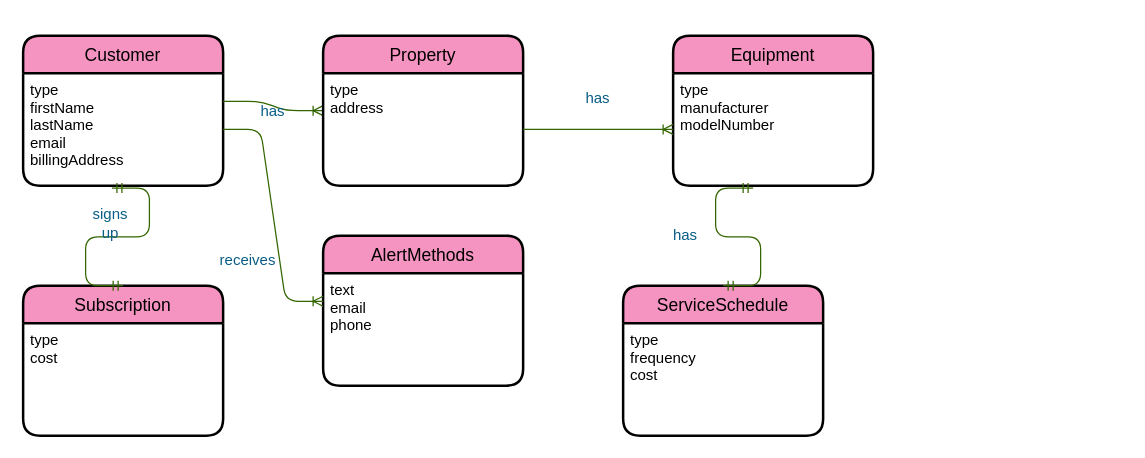
This is .CBI.drawio from robertocannella/CWMVidly5, a draw.io file, before an edit. Source tidied: cells renumbered, new cells numbered last; positions are measured from the earlier drawing's top-left corner, leaving out a move shared by most shapes. Both pictures are drawn from the tidied source at 125%, with x=0, y=0 at pixel (22, 35).
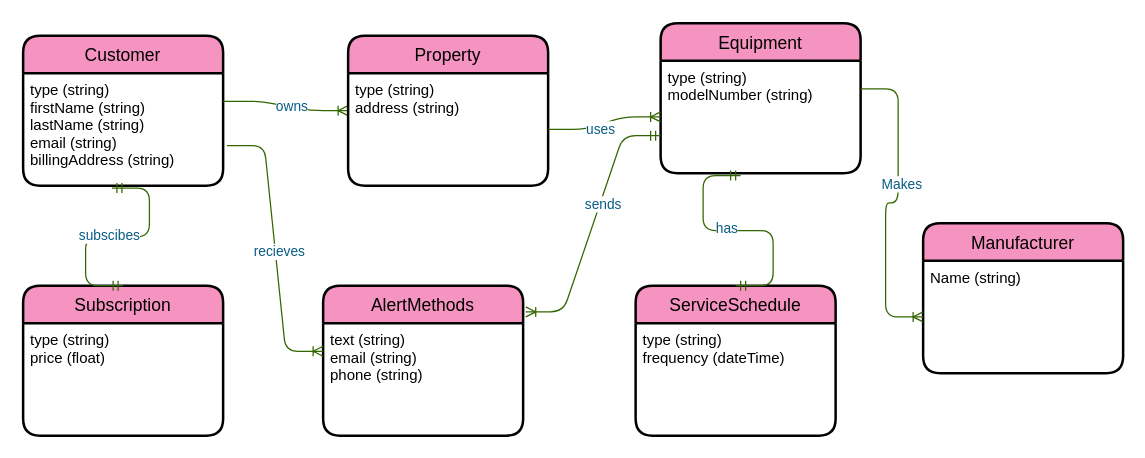
The same diagram, later.

Unchanged cells that the change refers to:
```xml
<mxCell id="2" value="Customer" style="swimlane;horizontal=1;startSize=30;rounded=1;fontSize=14;fontStyle=0;strokeWidth=2;shadow=0;dashed=0;align=center;sketch=0;fillColor=#F694C1;" parent="1" vertex="1">
  <mxGeometry width="160" height="120" as="geometry" />
</mxCell>
<mxCell id="6" style="edgeStyle=entityRelationEdgeStyle;fontSize=12;html=1;endArrow=ERoneToMany;fillColor=#F694C1;strokeColor=#336600;exitX=1;exitY=0.25;exitDx=0;exitDy=0;" parent="1" edge="1" source="3" target="9">
  <mxGeometry relative="1" as="geometry" />
</mxCell>
<mxCell id="11" style="edgeStyle=entityRelationEdgeStyle;fontSize=12;html=1;endArrow=ERoneToMany;strokeColor=#336600;fillColor=#F694C1;" parent="1" edge="1" source="10" target="5">
  <mxGeometry relative="1" as="geometry" />
</mxCell>
<mxCell id="12" value="Subscription" style="swimlane;horizontal=1;startSize=30;rounded=1;fontSize=14;fontStyle=0;strokeWidth=2;shadow=0;dashed=0;align=center;sketch=0;fillColor=#F694C1;" parent="1" vertex="1">
  <mxGeometry y="200" width="160" height="120" as="geometry" />
</mxCell>
<mxCell id="14" style="edgeStyle=entityRelationEdgeStyle;fontSize=12;html=1;endArrow=ERmandOne;startArrow=ERmandOne;strokeColor=#336600;fillColor=#F694C1;entryX=0.444;entryY=1.022;entryDx=0;entryDy=0;entryPerimeter=0;exitX=0.5;exitY=0;exitDx=0;exitDy=0;" parent="1" edge="1" source="12" target="3">
  <mxGeometry relative="1" as="geometry" />
</mxCell>
<mxCell id="23" style="edgeStyle=entityRelationEdgeStyle;fontSize=12;html=1;endArrow=ERmandOne;startArrow=ERmandOne;strokeColor=#336600;fillColor=#F694C1;exitX=0.4;exitY=1.022;exitDx=0;exitDy=0;exitPerimeter=0;entryX=0.5;entryY=0;entryDx=0;entryDy=0;" parent="1" edge="1" source="5" target="15">
  <mxGeometry relative="1" as="geometry" />
</mxCell>
```

Change to the diagram source:
```diff
@@
-    <mxCell id="3" value="type&#10;firstName&#10;lastName&#10;email&#10;billingAddress&#10;" style="align=left;strokeColor=none;fillColor=none;spacingLeft=4;fontSize=12;verticalAlign=top;" parent="2" vertex="1">
+    <mxCell id="3" value="type (string)&#10;firstName (string)&#10;lastName (string)&#10;email (string)&#10;billingAddress (string)&#10;" style="align=left;strokeColor=none;fillColor=none;spacingLeft=4;fontSize=12;verticalAlign=top;" parent="2" vertex="1">
       <mxGeometry y="30" width="160" height="90" as="geometry" />
     </mxCell>
     <mxCell id="4" value="Equipment" style="swimlane;horizontal=1;startSize=30;rounded=1;fontSize=14;fontStyle=0;strokeWidth=2;shadow=0;dashed=0;align=center;sketch=0;fillColor=#F694C1;" parent="1" vertex="1">
-      <mxGeometry x="520" width="160" height="120" as="geometry" />
+      <mxGeometry x="510" y="-10" width="160" height="120" as="geometry" />
     </mxCell>
-    <mxCell id="5" value="type&#10;manufacturer&#10;modelNumber&#10;&#10;" style="align=left;strokeColor=none;fillColor=none;spacingLeft=4;fontSize=12;verticalAlign=top;" parent="4" vertex="1">
+    <mxCell id="5" value="type (string)&#10;modelNumber (string)" style="align=left;strokeColor=none;fillColor=none;spacingLeft=4;fontSize=12;verticalAlign=top;" parent="4" vertex="1">
       <mxGeometry y="30" width="160" height="90" as="geometry" />
     </mxCell>
@@
+    <mxCell id="24" value="owns" style="edgeLabel;html=1;align=center;verticalAlign=middle;fontColor=#095C86;" parent="6" vertex="1">
+      <mxGeometry x="0.1" y="1" relative="1" as="geometry" />
+    </mxCell>
     <mxCell id="7" value="AlertMethods" style="swimlane;horizontal=1;startSize=30;rounded=1;fontSize=14;fontStyle=0;strokeWidth=2;shadow=0;dashed=0;align=center;sketch=0;fillColor=#F694C1;" parent="1" vertex="1">
-      <mxGeometry x="240" y="160" width="160" height="120" as="geometry" />
+      <mxGeometry x="240" y="200" width="160" height="120" as="geometry" />
     </mxCell>
-    <mxCell id="8" value="text&#10;email&#10;phone" style="align=left;strokeColor=none;fillColor=none;spacingLeft=4;fontSize=12;verticalAlign=top;" parent="7" vertex="1">
+    <mxCell id="8" value="text (string)&#10;email (string)&#10;phone (string)" style="align=left;strokeColor=none;fillColor=none;spacingLeft=4;fontSize=12;verticalAlign=top;" parent="7" vertex="1">
       <mxGeometry y="30" width="160" height="90" as="geometry" />
     </mxCell>
     <mxCell id="9" value="Property" style="swimlane;horizontal=1;startSize=30;rounded=1;fontSize=14;fontStyle=0;strokeWidth=2;shadow=0;dashed=0;align=center;sketch=0;fillColor=#F694C1;" parent="1" vertex="1">
-      <mxGeometry x="240" width="160" height="120" as="geometry" />
+      <mxGeometry x="260" width="160" height="120" as="geometry" />
     </mxCell>
-    <mxCell id="10" value="type&#10;address&#10;" style="align=left;strokeColor=none;fillColor=none;spacingLeft=4;fontSize=12;verticalAlign=top;" parent="9" vertex="1">
+    <mxCell id="10" value="type (string)&#10;address (string)" style="align=left;strokeColor=none;fillColor=none;spacingLeft=4;fontSize=12;verticalAlign=top;" parent="9" vertex="1">
       <mxGeometry y="30" width="160" height="90" as="geometry" />
     </mxCell>
@@
+    <mxCell id="25" value="uses" style="edgeLabel;html=1;align=center;verticalAlign=middle;fontColor=#095C86;" parent="11" vertex="1">
+      <mxGeometry x="-0.1" y="-3" relative="1" as="geometry" />
+    </mxCell>
@@
-    <mxCell id="13" value="type&#10;cost&#10;" style="align=left;strokeColor=none;fillColor=none;spacingLeft=4;fontSize=12;verticalAlign=top;" parent="12" vertex="1">
+    <mxCell id="13" value="type (string)&#10;price (float)" style="align=left;strokeColor=none;fillColor=none;spacingLeft=4;fontSize=12;verticalAlign=top;" parent="12" vertex="1">
       <mxGeometry y="30" width="160" height="90" as="geometry" />
     </mxCell>
@@
+    <mxCell id="26" value="subscibes" style="edgeLabel;html=1;align=center;verticalAlign=middle;fontColor=#095C86;" parent="14" vertex="1">
+      <mxGeometry x="-0.07" y="1" relative="1" as="geometry" />
+    </mxCell>
     <mxCell id="15" value="ServiceSchedule" style="swimlane;horizontal=1;startSize=30;rounded=1;fontSize=14;fontStyle=0;strokeWidth=2;shadow=0;dashed=0;align=center;sketch=0;fillColor=#F694C1;" parent="1" vertex="1">
-      <mxGeometry x="480" y="200" width="160" height="120" as="geometry" />
+      <mxGeometry x="490" y="200" width="160" height="120" as="geometry" />
     </mxCell>
-    <mxCell id="16" value="type&#10;frequency&#10;cost&#10;" style="align=left;strokeColor=none;fillColor=none;spacingLeft=4;fontSize=12;verticalAlign=top;" parent="15" vertex="1">
+    <mxCell id="16" value="type (string)&#10;frequency (dateTime)&#10;&#10;" style="align=left;strokeColor=none;fillColor=none;spacingLeft=4;fontSize=12;verticalAlign=top;" parent="15" vertex="1">
       <mxGeometry y="30" width="160" height="90" as="geometry" />
     </mxCell>
-    <mxCell id="17" value="has" style="text;html=1;strokeColor=none;fillColor=none;align=center;verticalAlign=middle;whiteSpace=wrap;rounded=0;sketch=0;fontColor=#095C86;" parent="1" vertex="1">
-      <mxGeometry x="180" y="51" width="40" height="20" as="geometry" />
-    </mxCell>
-    <mxCell id="18" value="signs up" style="text;html=1;strokeColor=none;fillColor=none;align=center;verticalAlign=middle;whiteSpace=wrap;rounded=0;sketch=0;fontColor=#095C86;" parent="1" vertex="1">
-      <mxGeometry x="50" y="140" width="40" height="20" as="geometry" />
-    </mxCell>
-    <mxCell id="19" value="has" style="text;html=1;strokeColor=none;fillColor=none;align=center;verticalAlign=middle;whiteSpace=wrap;rounded=0;sketch=0;fontColor=#095C86;" parent="1" vertex="1">
-      <mxGeometry x="510" y="150" width="40" height="20" as="geometry" />
-    </mxCell>
-    <mxCell id="20" style="edgeStyle=entityRelationEdgeStyle;fontSize=12;html=1;endArrow=ERoneToMany;strokeColor=#336600;fillColor=#F694C1;entryX=0;entryY=0.25;entryDx=0;entryDy=0;" parent="1" edge="1" source="3" target="8">
+    <mxCell id="20" style="edgeStyle=entityRelationEdgeStyle;fontSize=12;html=1;endArrow=ERoneToMany;strokeColor=#336600;fillColor=#F694C1;entryX=0;entryY=0.25;entryDx=0;entryDy=0;exitX=1.019;exitY=0.644;exitDx=0;exitDy=0;exitPerimeter=0;" parent="1" edge="1" source="3" target="8">
       <mxGeometry relative="1" as="geometry" />
     </mxCell>
-    <mxCell id="21" value="receives" style="text;html=1;strokeColor=none;fillColor=none;align=center;verticalAlign=middle;whiteSpace=wrap;rounded=0;sketch=0;fontColor=#095C86;" parent="1" vertex="1">
-      <mxGeometry x="160" y="170" width="40" height="20" as="geometry" />
-    </mxCell>
-    <mxCell id="22" value="has" style="text;html=1;strokeColor=none;fillColor=none;align=center;verticalAlign=middle;whiteSpace=wrap;rounded=0;sketch=0;fontColor=#095C86;" parent="1" vertex="1">
-      <mxGeometry x="440" y="40" width="40" height="20" as="geometry" />
-    </mxCell>
+    <mxCell id="27" value="recieves" style="edgeLabel;html=1;align=center;verticalAlign=middle;fontColor=#095C86;" parent="20" vertex="1">
+      <mxGeometry x="0.02" y="3" relative="1" as="geometry" />
+    </mxCell>
@@
+    <mxCell id="28" value="has" style="edgeLabel;html=1;align=center;verticalAlign=middle;fontColor=#095C86;" parent="23" vertex="1">
+      <mxGeometry x="-0.09" y="2" relative="1" as="geometry" />
+    </mxCell>
+    <mxCell id="29" style="edgeStyle=entityRelationEdgeStyle;fontSize=12;html=1;endArrow=ERmandOne;strokeColor=#336600;fillColor=#F694C1;entryX=0;entryY=0.667;entryDx=0;entryDy=0;entryPerimeter=0;exitX=1.013;exitY=0.175;exitDx=0;exitDy=0;exitPerimeter=0;startArrow=ERoneToMany;startFill=0;endFill=0;" parent="1" edge="1" source="7" target="5">
+      <mxGeometry relative="1" as="geometry" />
+    </mxCell>
+    <mxCell id="30" value="sends" style="edgeLabel;html=1;align=center;verticalAlign=middle;fontColor=#095C86;" parent="29" vertex="1">
+      <mxGeometry x="0.17" y="-3" relative="1" as="geometry">
+        <mxPoint x="-1" as="offset" />
+      </mxGeometry>
+    </mxCell>
+    <mxCell id="31" value="Manufacturer" style="swimlane;horizontal=1;startSize=30;rounded=1;fontSize=14;fontStyle=0;strokeWidth=2;shadow=0;dashed=0;align=center;sketch=0;fillColor=#F694C1;" parent="1" vertex="1">
+      <mxGeometry x="720" y="150" width="160" height="120" as="geometry" />
+    </mxCell>
+    <mxCell id="32" value="Name (string)" style="align=left;strokeColor=none;fillColor=none;spacingLeft=4;fontSize=12;verticalAlign=top;" parent="31" vertex="1">
+      <mxGeometry y="30" width="160" height="90" as="geometry" />
+    </mxCell>
+    <mxCell id="33" style="edgeStyle=entityRelationEdgeStyle;fontSize=12;html=1;endArrow=ERoneToMany;strokeColor=#336600;fillColor=#F694C1;entryX=0;entryY=0.5;entryDx=0;entryDy=0;exitX=1;exitY=0.25;exitDx=0;exitDy=0;" parent="1" edge="1" source="5" target="32">
+      <mxGeometry relative="1" as="geometry" />
+    </mxCell>
+    <mxCell id="34" value="Makes" style="edgeLabel;html=1;align=center;verticalAlign=middle;fontColor=#095C86;" parent="33" vertex="1">
+      <mxGeometry x="-0.16" y="2" relative="1" as="geometry" />
+    </mxCell>
```
